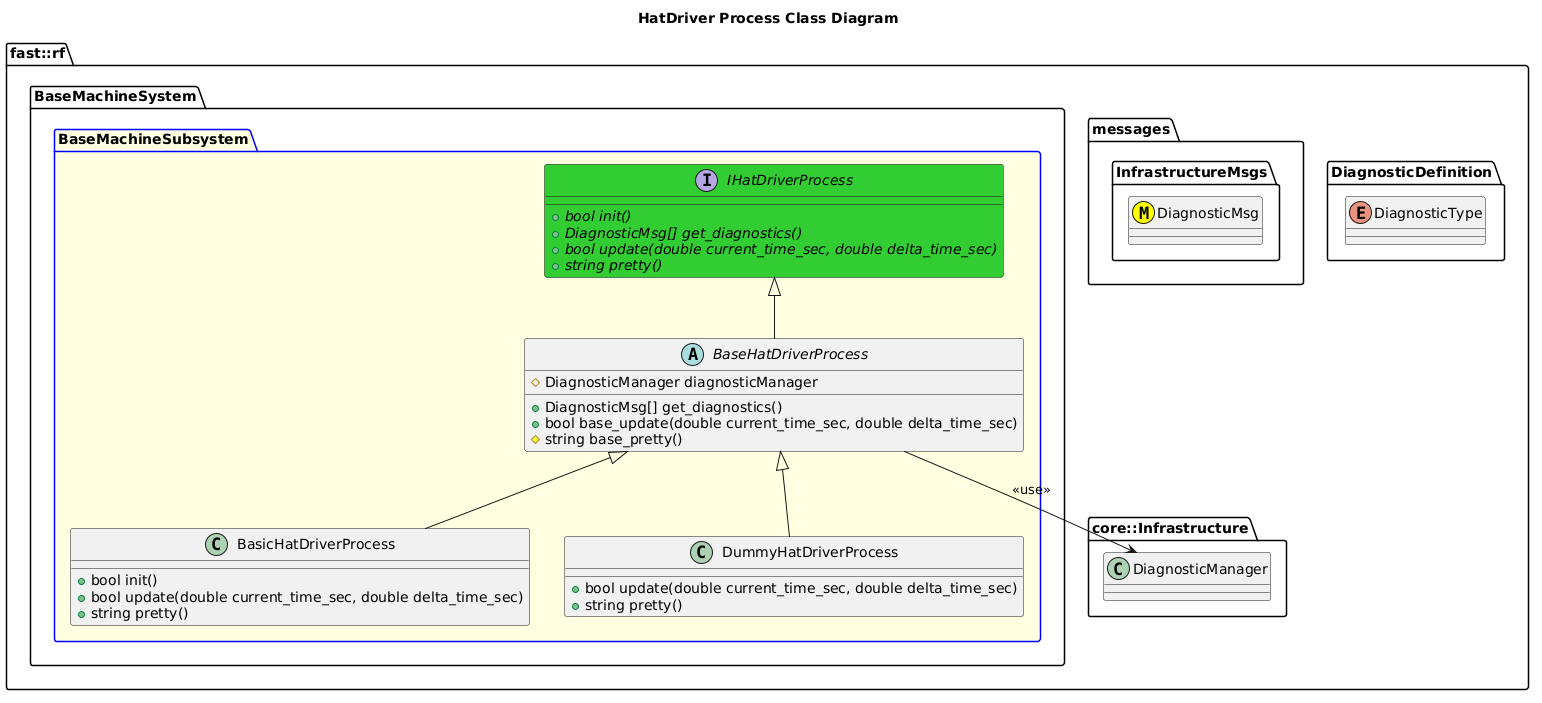
fastrobotics/robot_framework keeps this PlantUML diagram as Systems/BaseMachine/Subsystems/BaseMachine/Processes/HatDriver/doc/puml/HatDriverProcessClassDiagram.png. Above is the earlier version.
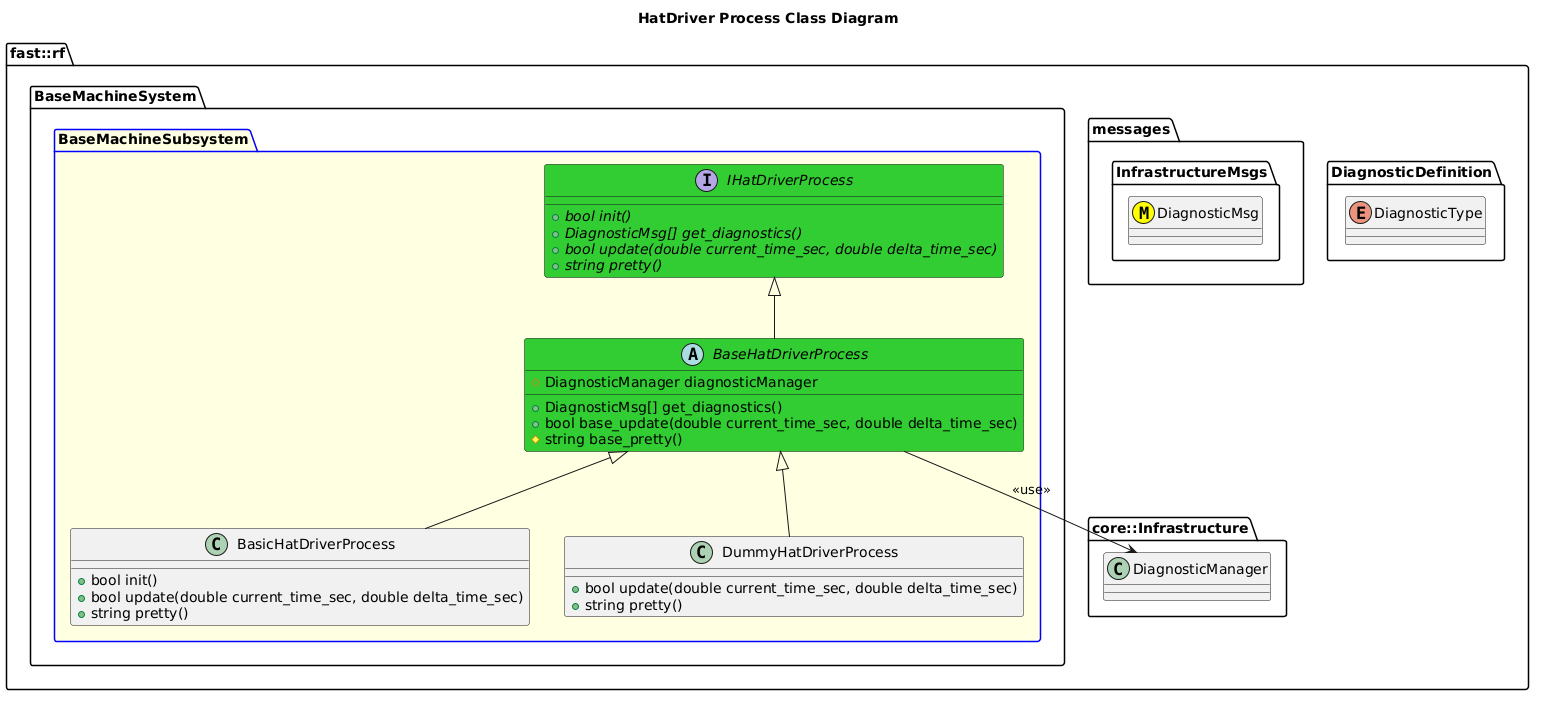
The same diagram one commit later.

What changed in the source:
```diff
@@ -21,7 +21,7 @@
           +{abstract} bool update(double current_time_sec, double delta_time_sec)
           +{abstract} string pretty()
         }
-        abstract BaseHatDriverProcess {
+        abstract BaseHatDriverProcess #LimeGreen {
           +DiagnosticMsg[] get_diagnostics()
           +bool base_update(double current_time_sec, double delta_time_sec)
           #string base_pretty()
```
